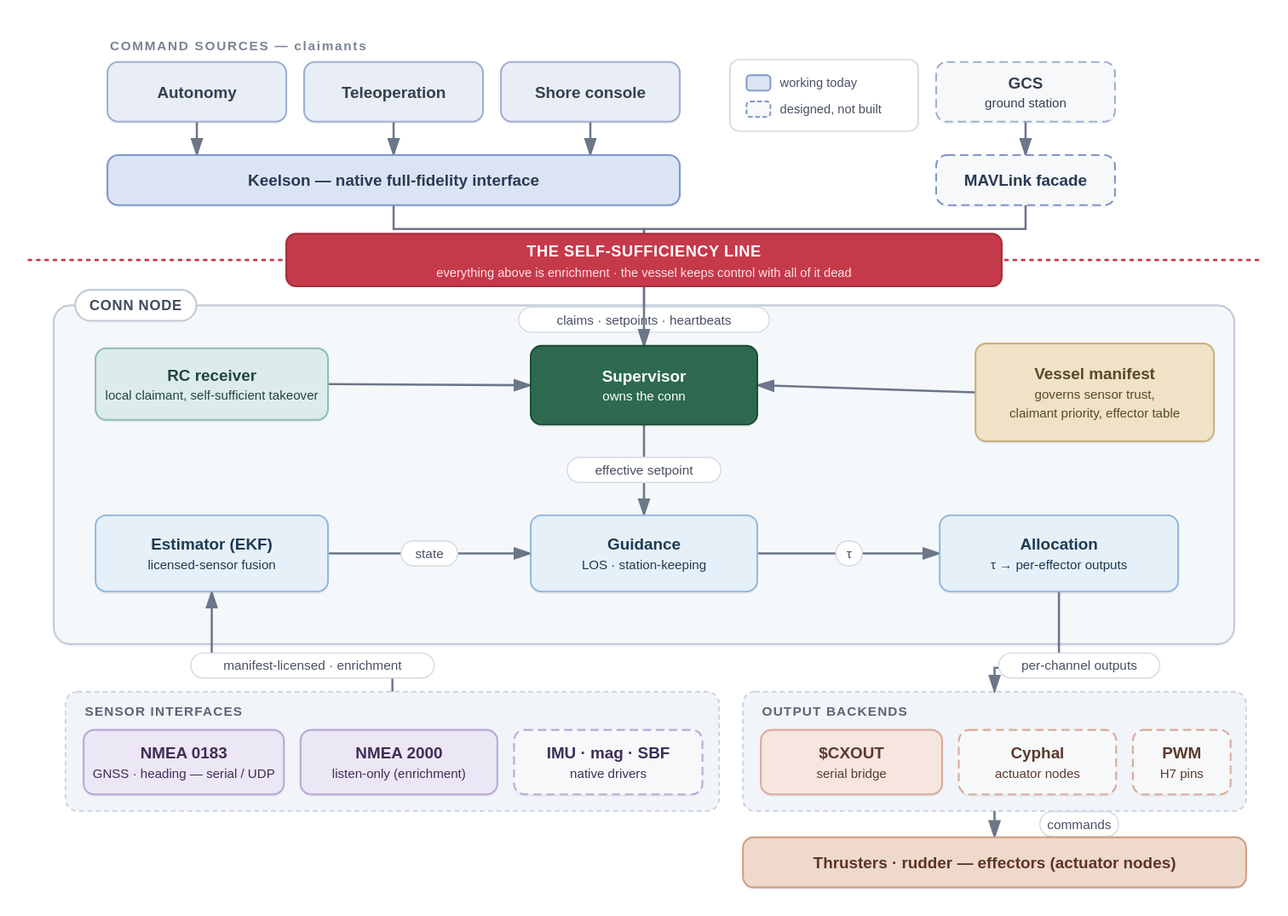
The draw.io diagram docs/architecture.drawio.svg in freol35241/coxswain, before a commit. Source tidied: cells renumbered, new cells last; positions are measured from the earlier drawing's top-left corner, leaving out a move shared by most shapes.
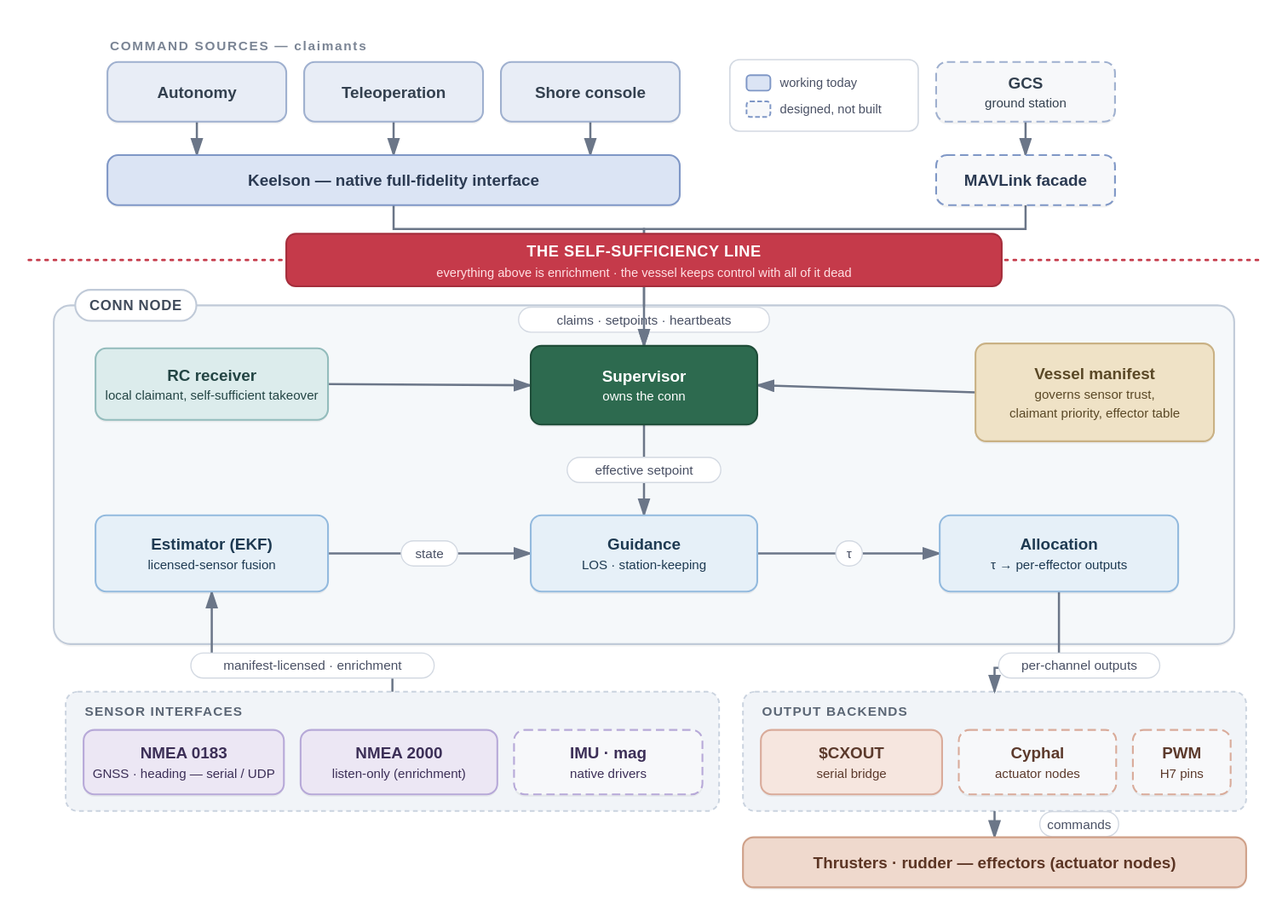
Above is the later version.

Commit message:
README diagram: drop SBF from the planned native-drivers box

SBF is deferred and its covariance role was taken over by GST over NMEA
0183 (now built, shown in the NMEA 0183 box). The planned native-drivers
box now reads "IMU · mag", the sensor drivers still genuinely outstanding.

Claude-Session: https://claude.ai/code/session_01Wj4yRhAo8REFPgt3rHLkWv

Diff of the diagram source:
```diff
@@ -53,7 +53,7 @@
     <mxCell id="18" value="&lt;b&gt;NMEA 2000&lt;/b&gt;&lt;br&gt;&lt;font style='font-size:10px'&gt;listen-only (enrichment)&lt;/font&gt;" style="rounded=1;arcSize=10;whiteSpace=wrap;html=1;strokeColor=#b7a9d8;fontColor=#3c2f57;fillColor=#ece7f4;" parent="1" vertex="1">
       <mxGeometry x="207" y="560" width="165" height="54" as="geometry" />
     </mxCell>
-    <mxCell id="19" value="&lt;b&gt;IMU · mag · SBF&lt;/b&gt;&lt;br&gt;&lt;font style='font-size:10px'&gt;native drivers&lt;/font&gt;" style="rounded=1;arcSize=10;whiteSpace=wrap;html=1;strokeColor=#b7a9d8;fontColor=#3c2f57;fillColor=#f7f8fa;dashed=1;" parent="1" vertex="1">
+    <mxCell id="19" value="&lt;b&gt;IMU · mag&lt;/b&gt;&lt;br&gt;&lt;font style='font-size:10px'&gt;native drivers&lt;/font&gt;" style="rounded=1;arcSize=10;whiteSpace=wrap;html=1;strokeColor=#b7a9d8;fontColor=#3c2f57;fillColor=#f7f8fa;dashed=1;" parent="1" vertex="1">
       <mxGeometry x="386" y="560" width="158" height="54" as="geometry" />
     </mxCell>
     <mxCell id="20" value="&lt;b&gt;$CXOUT&lt;/b&gt;&lt;br&gt;&lt;font style='font-size:10px'&gt;serial bridge&lt;/font&gt;" style="rounded=1;arcSize=10;whiteSpace=wrap;html=1;strokeColor=#d9ab9a;fontColor=#5c3a2c;fillColor=#f6e6df;" parent="1" vertex="1">
```
